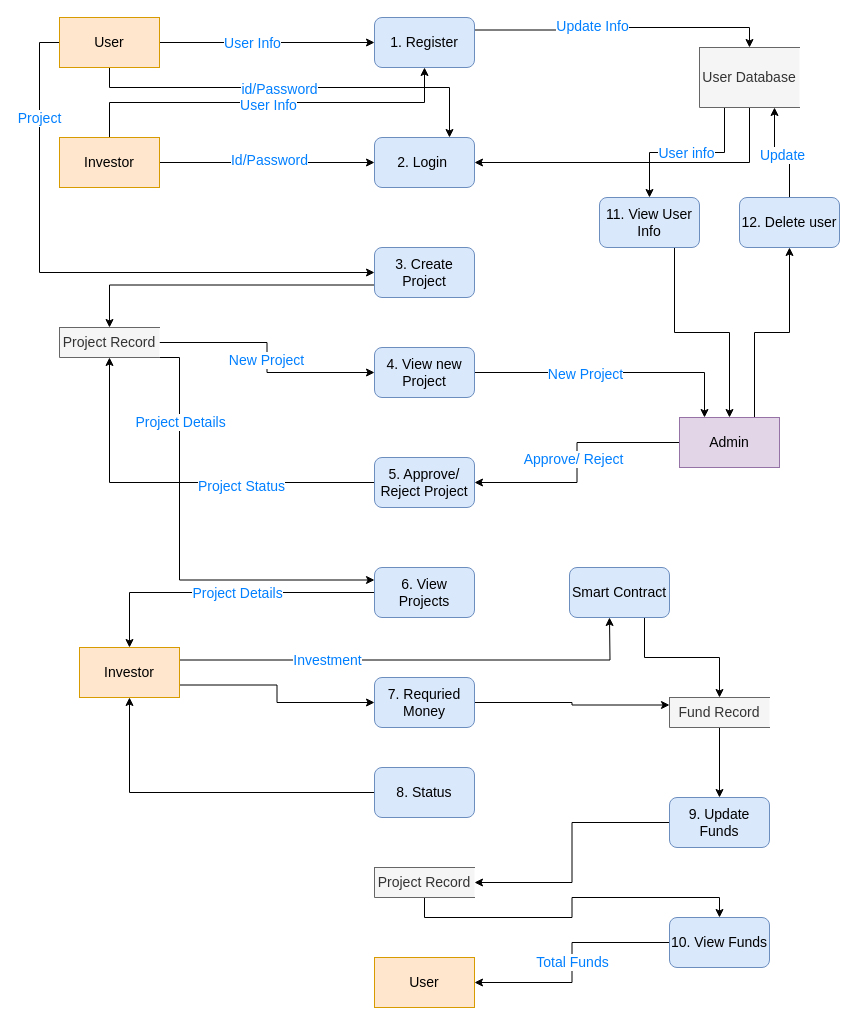
Above: DFD/Leve 2.drawio in Shri2602/Crowd_Funding_SE (draw.io), before the change. Source tidied: cells renumbered, new cells numbered last; positions are measured from the earlier drawing's top-left corner, leaving out a move shared by most shapes. Both pictures are drawn from the tidied source at 100%, with x=0, y=0 at pixel (59, 17).
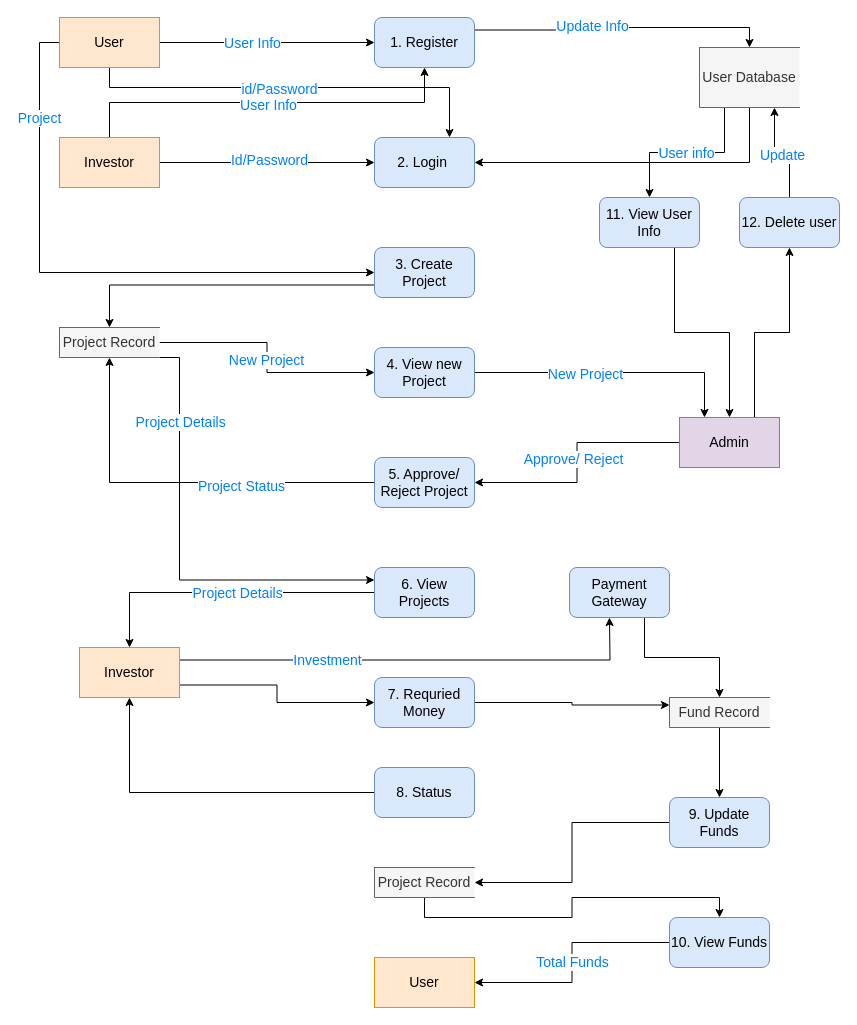
Above is the later version.

The edit, as a diff of the source:
```diff
@@
-    <mxCell id="66" value="Smart Contract" style="html=1;dashed=0;whiteSpace=wrap;rounded=1;fontSize=14;fillColor=#dae8fc;strokeColor=#6c8ebf;" parent="1" vertex="1">
+    <mxCell id="66" value="Payment Gateway" style="html=1;dashed=0;whiteSpace=wrap;rounded=1;fontSize=14;fillColor=#dae8fc;strokeColor=#6c8ebf;" parent="1" vertex="1">
       <mxGeometry x="510" y="550" width="100" height="50" as="geometry" />
     </mxCell>
```
